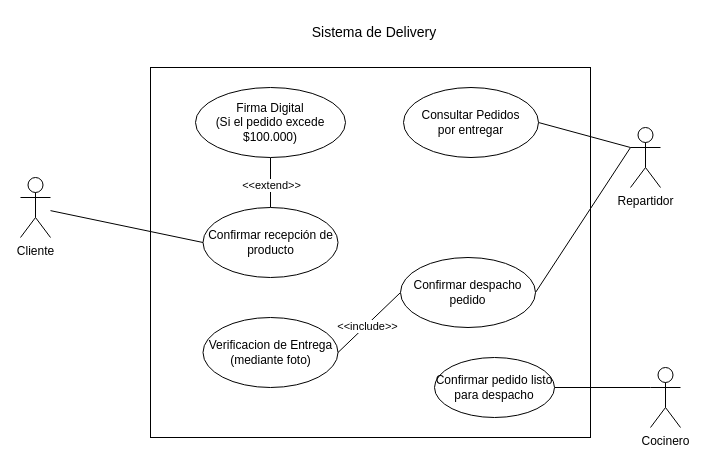
This is Diagramas_Caso_de_Uso/Diagrama de Caso de Uso (Repartidor).drawio from jorgeortizcastillo2020-hue/MSI_JJ_PARADIGMA4-1_IEC_N2_C1, a draw.io file, before an edit. Source tidied: cells renumbered, new cells numbered last; positions are measured from the earlier drawing's top-left corner, leaving out a move shared by most shapes. Both pictures are drawn from the tidied source at 100%, with x=0, y=0 at pixel (20, 17).
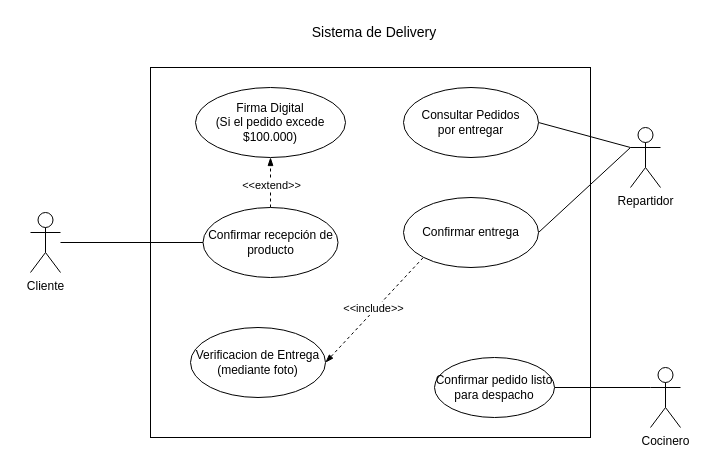
The same diagram, later.

The change refers to these unchanged cells:
```xml
<mxCell id="17" value="Firma Digital&lt;div&gt;(Si el pedido excede $100.000)&lt;/div&gt;" style="ellipse;whiteSpace=wrap;html=1;shapeInside=1;" parent="1" vertex="1">
  <mxGeometry x="175" y="70" width="150" height="70" as="geometry" />
</mxCell>
<mxCell id="20" value="Confirmar recepción de producto" style="ellipse;whiteSpace=wrap;html=1;shapeInside=1;" parent="1" vertex="1">
  <mxGeometry x="182.5" y="190" width="135" height="70" as="geometry" />
</mxCell>
```

Change to the diagram source:
```diff
@@
-    <mxCell id="10" style="edgeStyle=none;shape=connector;rounded=0;jettySize=auto;html=1;exitX=0;exitY=0.5;exitDx=0;exitDy=0;entryX=1;entryY=0.5;entryDx=0;entryDy=0;strokeColor=default;align=center;verticalAlign=middle;fontFamily=Helvetica;fontSize=11;fontColor=default;labelBackgroundColor=default;defaultLabelBackgroundColor=page;labelPadding=0 4;startArrow=none;startFill=0;endArrow=none;endFill=0;" parent="1" edge="1" source="12" target="15">
+    <mxCell id="10" style="edgeStyle=none;shape=connector;rounded=0;jettySize=auto;html=1;entryX=0;entryY=1;entryDx=0;entryDy=0;strokeColor=default;align=center;verticalAlign=middle;fontFamily=Helvetica;fontSize=11;fontColor=default;labelBackgroundColor=default;defaultLabelBackgroundColor=page;labelPadding=0 4;startArrow=blockThin;startFill=1;endArrow=none;endFill=0;exitX=1;exitY=0.5;exitDx=0;exitDy=0;dashed=1;" parent="1" edge="1" source="15" target="12">
       <mxGeometry relative="1" as="geometry" />
     </mxCell>
     <mxCell id="11" value="&amp;lt;&amp;lt;include&amp;gt;&amp;gt;" style="edgeLabel;html=1;align=center;verticalAlign=middle;inheritText=1;defaultLabelBackgroundColor=page;labelPadding=0 4;" parent="10" vertex="1">
-      <mxGeometry x="0.08" y="1" relative="1" as="geometry" />
+      <mxGeometry x="0.08" y="1" relative="1" as="geometry">
+        <mxPoint x="-5" y="3" as="offset" />
+      </mxGeometry>
     </mxCell>
-    <mxCell id="12" value="&lt;div&gt;Confirmar despacho&lt;/div&gt;&lt;div&gt;pedido&lt;/div&gt;" style="ellipse;whiteSpace=wrap;html=1;shapeInside=1;" parent="1" vertex="1">
-      <mxGeometry x="380" y="240" width="135" height="70" as="geometry" />
+    <mxCell id="12" value="&lt;div&gt;Confirmar entrega&lt;/div&gt;" style="ellipse;whiteSpace=wrap;html=1;shapeInside=1;" parent="1" vertex="1">
+      <mxGeometry x="383" y="180" width="135" height="70" as="geometry" />
     </mxCell>
-    <mxCell id="13" style="edgeStyle=none;shape=connector;rounded=0;jettySize=auto;html=1;strokeColor=default;align=center;verticalAlign=middle;fontFamily=Helvetica;fontSize=11;fontColor=default;labelBackgroundColor=default;defaultLabelBackgroundColor=page;labelPadding=0 4;startArrow=none;startFill=0;endArrow=none;endFill=0;exitX=0.5;exitY=0;exitDx=0;exitDy=0;" parent="1" edge="1" source="20" target="17">
+    <mxCell id="13" style="edgeStyle=none;shape=connector;rounded=0;jettySize=auto;html=1;strokeColor=default;align=center;verticalAlign=middle;fontFamily=Helvetica;fontSize=11;fontColor=default;labelBackgroundColor=default;defaultLabelBackgroundColor=page;labelPadding=0 4;startArrow=none;startFill=0;endArrow=blockThin;endFill=1;exitX=0.5;exitY=0;exitDx=0;exitDy=0;dashed=1;" parent="1" edge="1" source="20" target="17">
       <mxGeometry relative="1" as="geometry" />
     </mxCell>
@@
     <mxCell id="15" value="Verificacion de Entrega (mediante foto)" style="ellipse;whiteSpace=wrap;html=1;shapeInside=1;" parent="1" vertex="1">
-      <mxGeometry x="182.5" y="300" width="135" height="70" as="geometry" />
+      <mxGeometry x="170" y="310" width="135" height="70" as="geometry" />
     </mxCell>
     <mxCell id="16" value="Cliente" style="shape=umlActor;verticalLabelPosition=bottom;verticalAlign=top;html=1;labelPerimeter=1;" parent="1" vertex="1">
-      <mxGeometry y="160" width="30" height="60" as="geometry" />
+      <mxGeometry x="10" y="195" width="30" height="60" as="geometry" />
     </mxCell>
```
